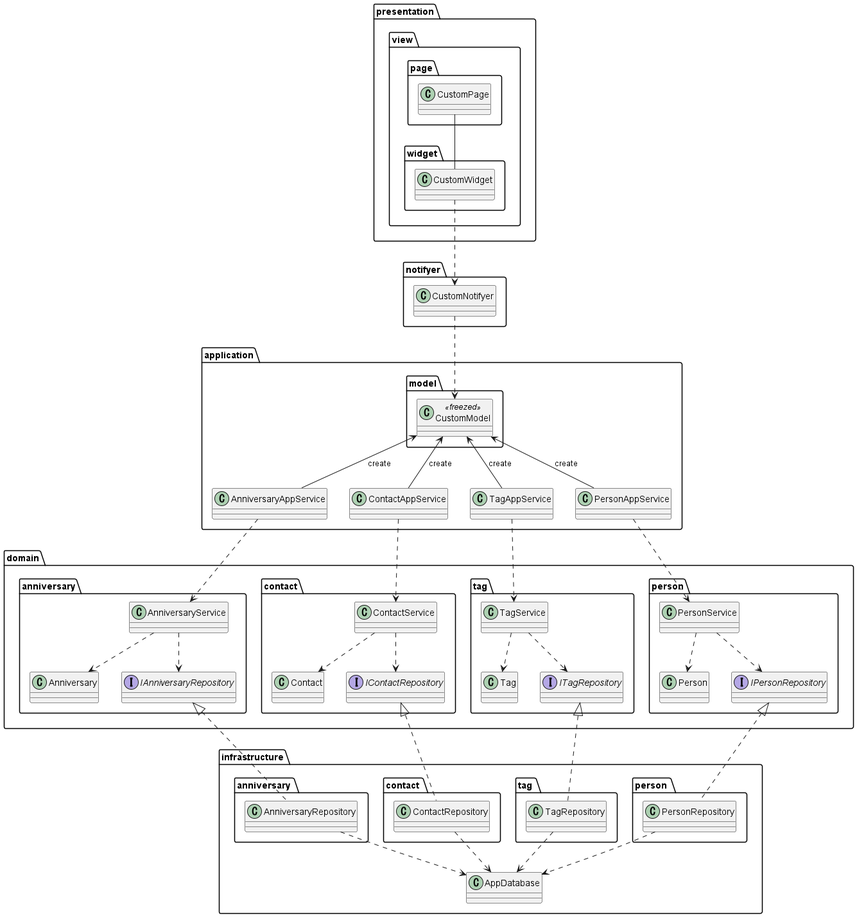
nmskm240/friend_list keeps this PlantUML diagram as uml/class_diagram/class_diagram.png. Above is the earlier version.
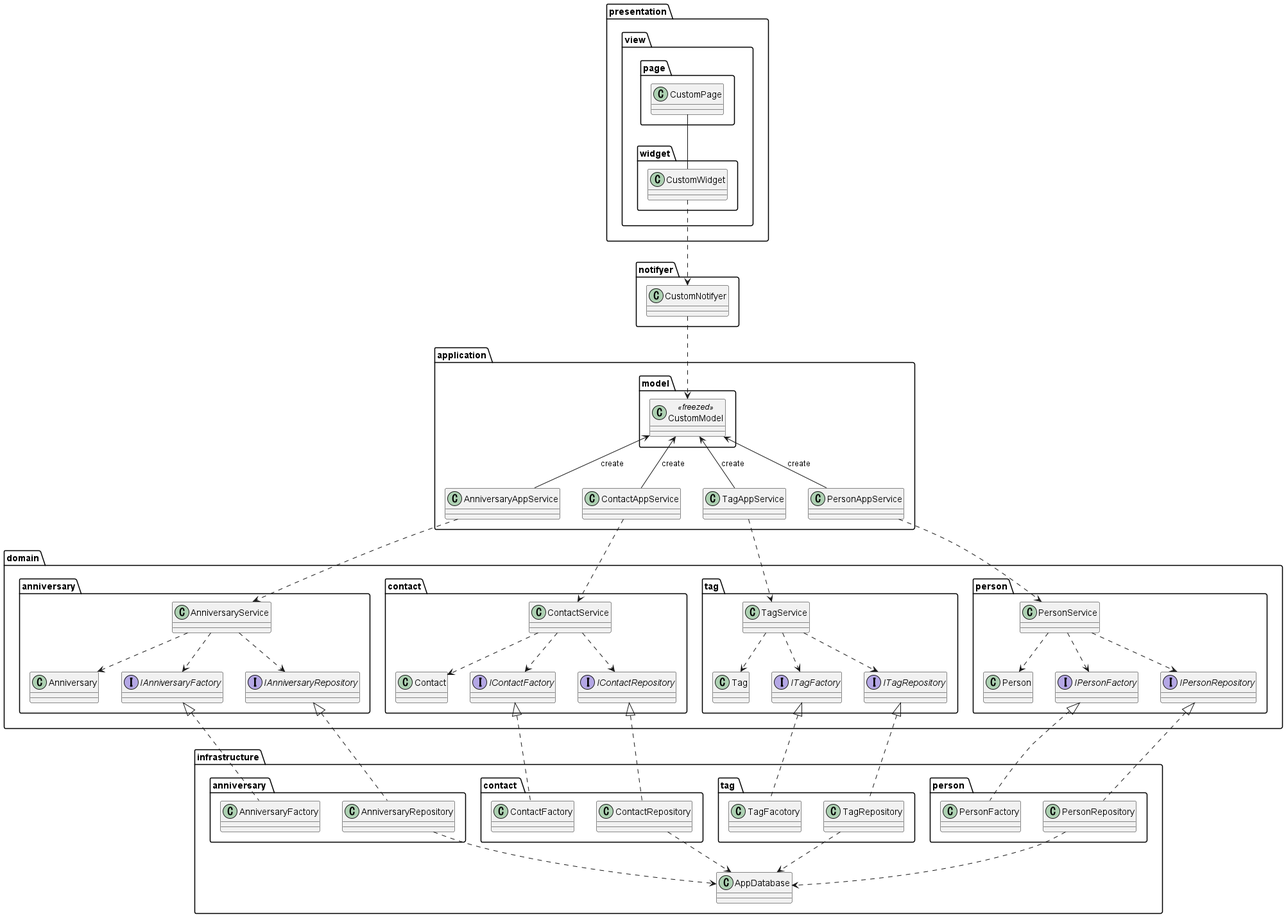
Above is the later version.

Commit message:
add factory class to damin layer

The edit, as a diff of the source:
```diff
@@ -29,36 +29,44 @@
     package anniversary {
         class Anniversary
         class AnniversaryService
+        interface IAnniversaryFactory
         interface IAnniversaryRepository
     }
     package contact {
         class Contact
         class ContactService
+        interface IContactFactory
         interface IContactRepository
     }
     package tag {
         class Tag
         class TagService
+        interface ITagFactory
         interface ITagRepository
     }
     package person {
         class Person
         class PersonService
+        interface IPersonFactory
         interface IPersonRepository
     }
 }
 
 package infrastructure {
     package "anniversary " {
+        class AnniversaryFactory
         class AnniversaryRepository
     }
     package "contact " {
+        class ContactFactory
         class ContactRepository
     }
     package "tag " {
+        class TagFacotory
         class TagRepository
     }
     package "person " {
+        class PersonFactory
         class PersonRepository
     }
     class AppDatabase
@@ -81,17 +89,25 @@
 PersonAppService ..> PersonService
 
 AnniversaryService ..> Anniversary
+AnniversaryService ..> IAnniversaryFactory
 AnniversaryService ..> IAnniversaryRepository
 ContactService ..> Contact
+ContactService ..> IContactFactory
 ContactService ..> IContactRepository
 TagService ..> Tag
+TagService ..> ITagFactory
 TagService ..> ITagRepository
 PersonService ..> Person
 PersonService ..> IPersonRepository
+PersonService ..> IPersonFactory
 
 IAnniversaryRepository <|.. AnniversaryRepository
+IAnniversaryFactory <|.. AnniversaryFactory
+IContactFactory <|.. ContactFactory
 IContactRepository <|.. ContactRepository
+ITagFactory <|.. TagFacotory
 ITagRepository <|.. TagRepository
+IPersonFactory <|.. PersonFactory
 IPersonRepository <|.. PersonRepository
 
 AnniversaryRepository ..> AppDatabase
```
